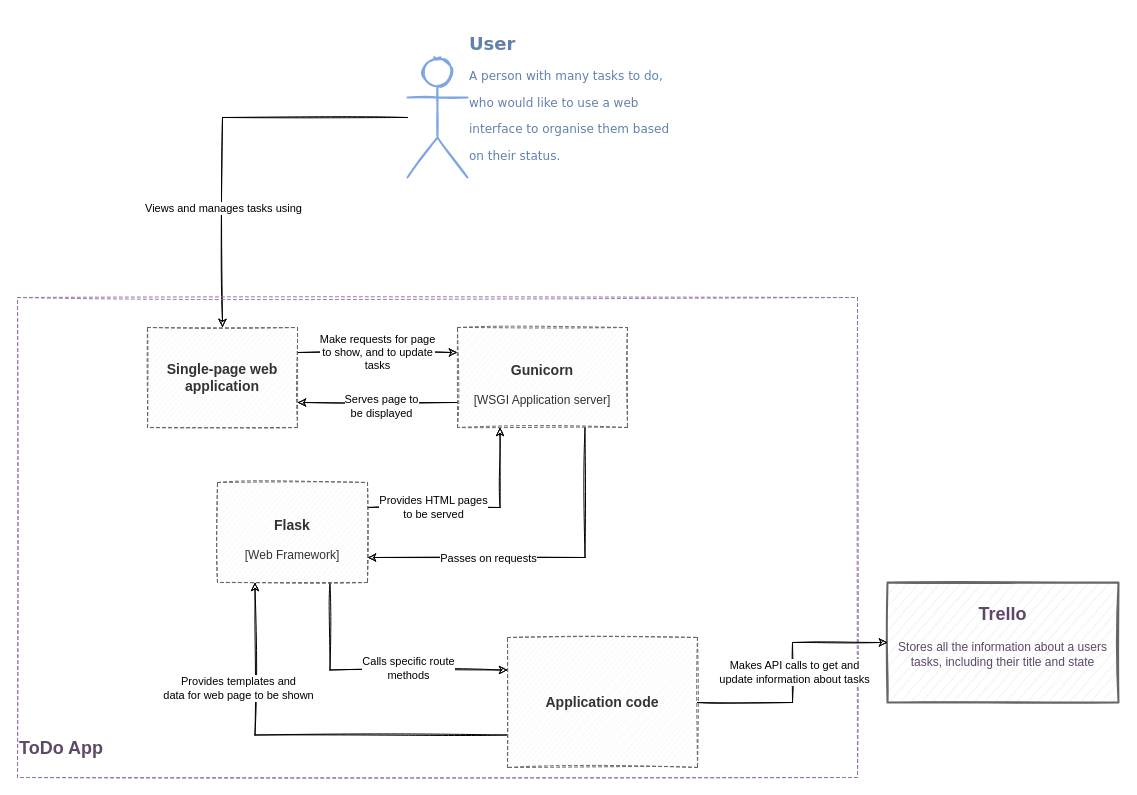
This is page "Container Diagram" (2 of 3) of documentation/Todo App C4 Diagrams.drawio from beccar97/Dev-Ops-Project, a draw.io file, before an edit. Source tidied: cells renumbered, new cells numbered last; positions are measured from the earlier drawing's top-left corner, leaving out a move shared by most shapes. Both pictures are drawn from the tidied source at 100%, with x=0, y=0 at pixel (17, 57).
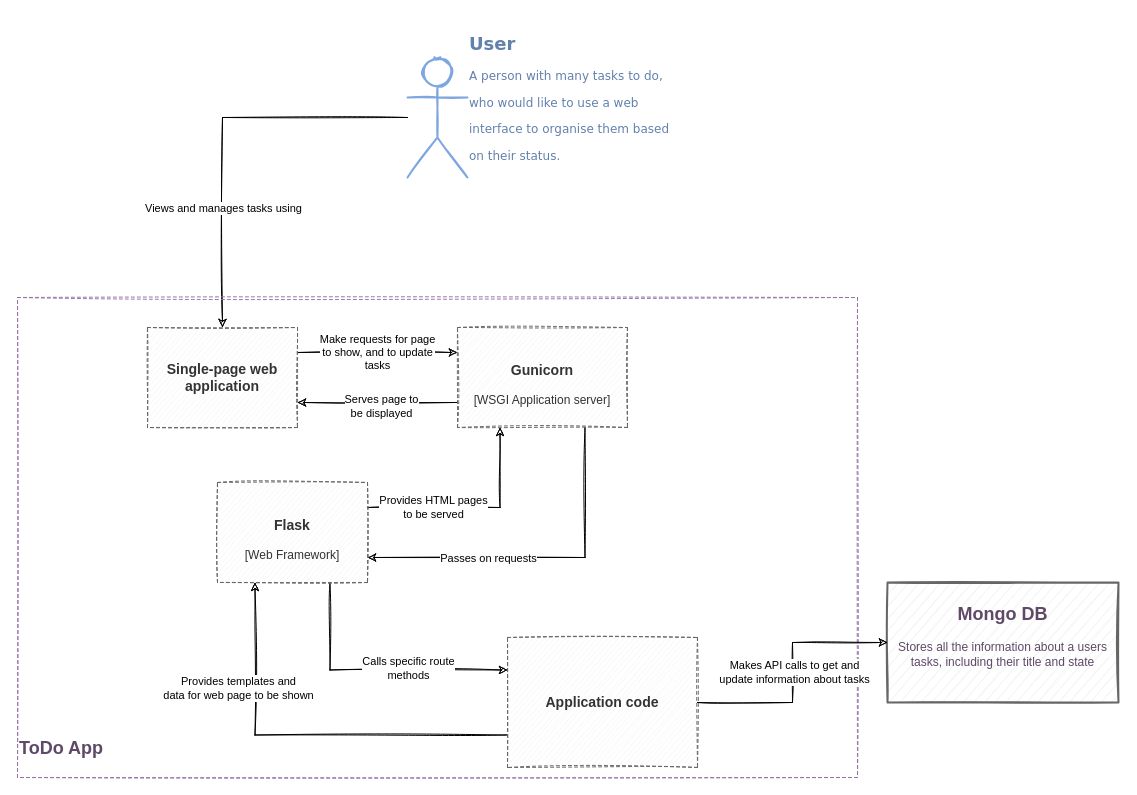
Above is the later version.

Change to the diagram source:
```diff
@@
-    <mxCell id="5" value="&lt;h2&gt;&lt;font color=&quot;#5E4969&quot;&gt;Trello&lt;/font&gt;&lt;/h2&gt;&lt;div align=&quot;center&quot;&gt;&lt;font color=&quot;#5E4969&quot;&gt;Stores all the information about a users tasks, including their title and state&lt;br&gt;&lt;/font&gt;&lt;/div&gt;" style="rounded=0;whiteSpace=wrap;html=1;shadow=0;sketch=1;strokeWidth=2;fontFamily=Helvetica;align=center;strokeColor=#666666;fillColor=#f5f5f5;labelPosition=center;verticalLabelPosition=middle;verticalAlign=top;fontColor=#333333;" parent="1" vertex="1">
+    <mxCell id="5" value="&lt;h2&gt;&lt;font color=&quot;#5E4969&quot;&gt;Mongo DB&lt;/font&gt;&lt;/h2&gt;&lt;div align=&quot;center&quot;&gt;&lt;font color=&quot;#5E4969&quot;&gt;Stores all the information about a users tasks, including their title and state&lt;br&gt;&lt;/font&gt;&lt;/div&gt;" style="rounded=0;whiteSpace=wrap;html=1;shadow=0;sketch=1;strokeWidth=2;fontFamily=Helvetica;align=center;strokeColor=#666666;fillColor=#f5f5f5;labelPosition=center;verticalLabelPosition=middle;verticalAlign=top;fontColor=#333333;" parent="1" vertex="1">
       <mxGeometry x="870" y="525" width="231" height="120" as="geometry" />
     </mxCell>
```
